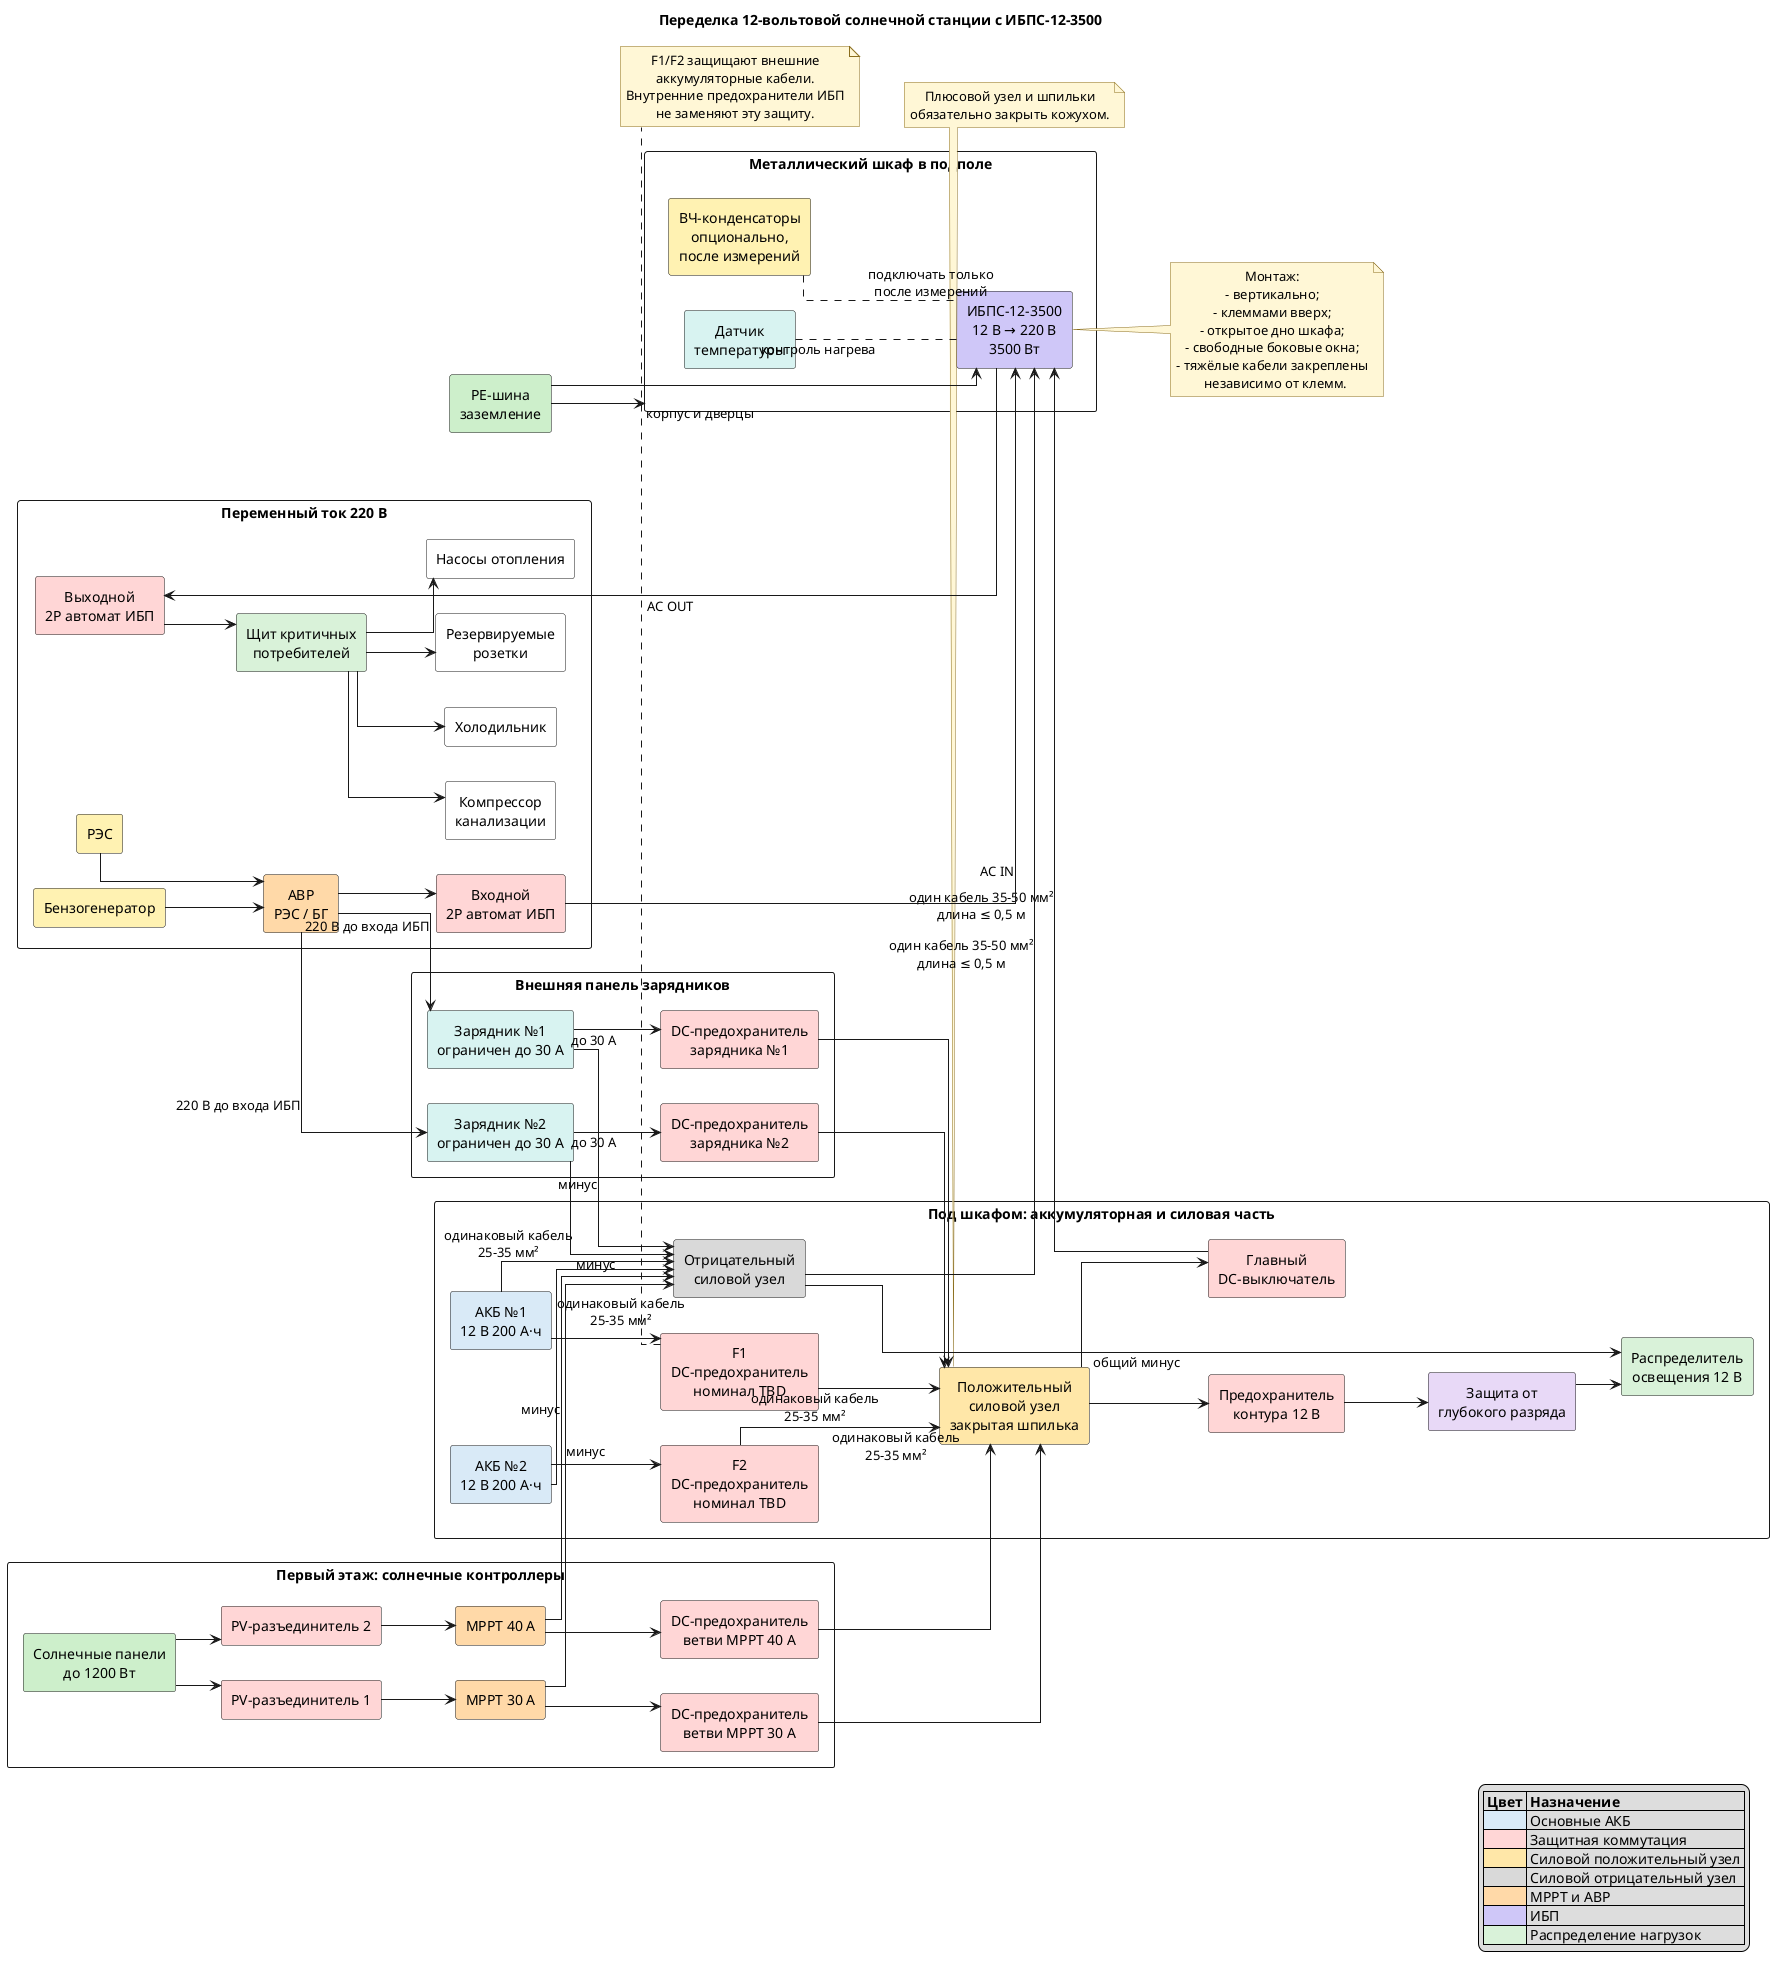
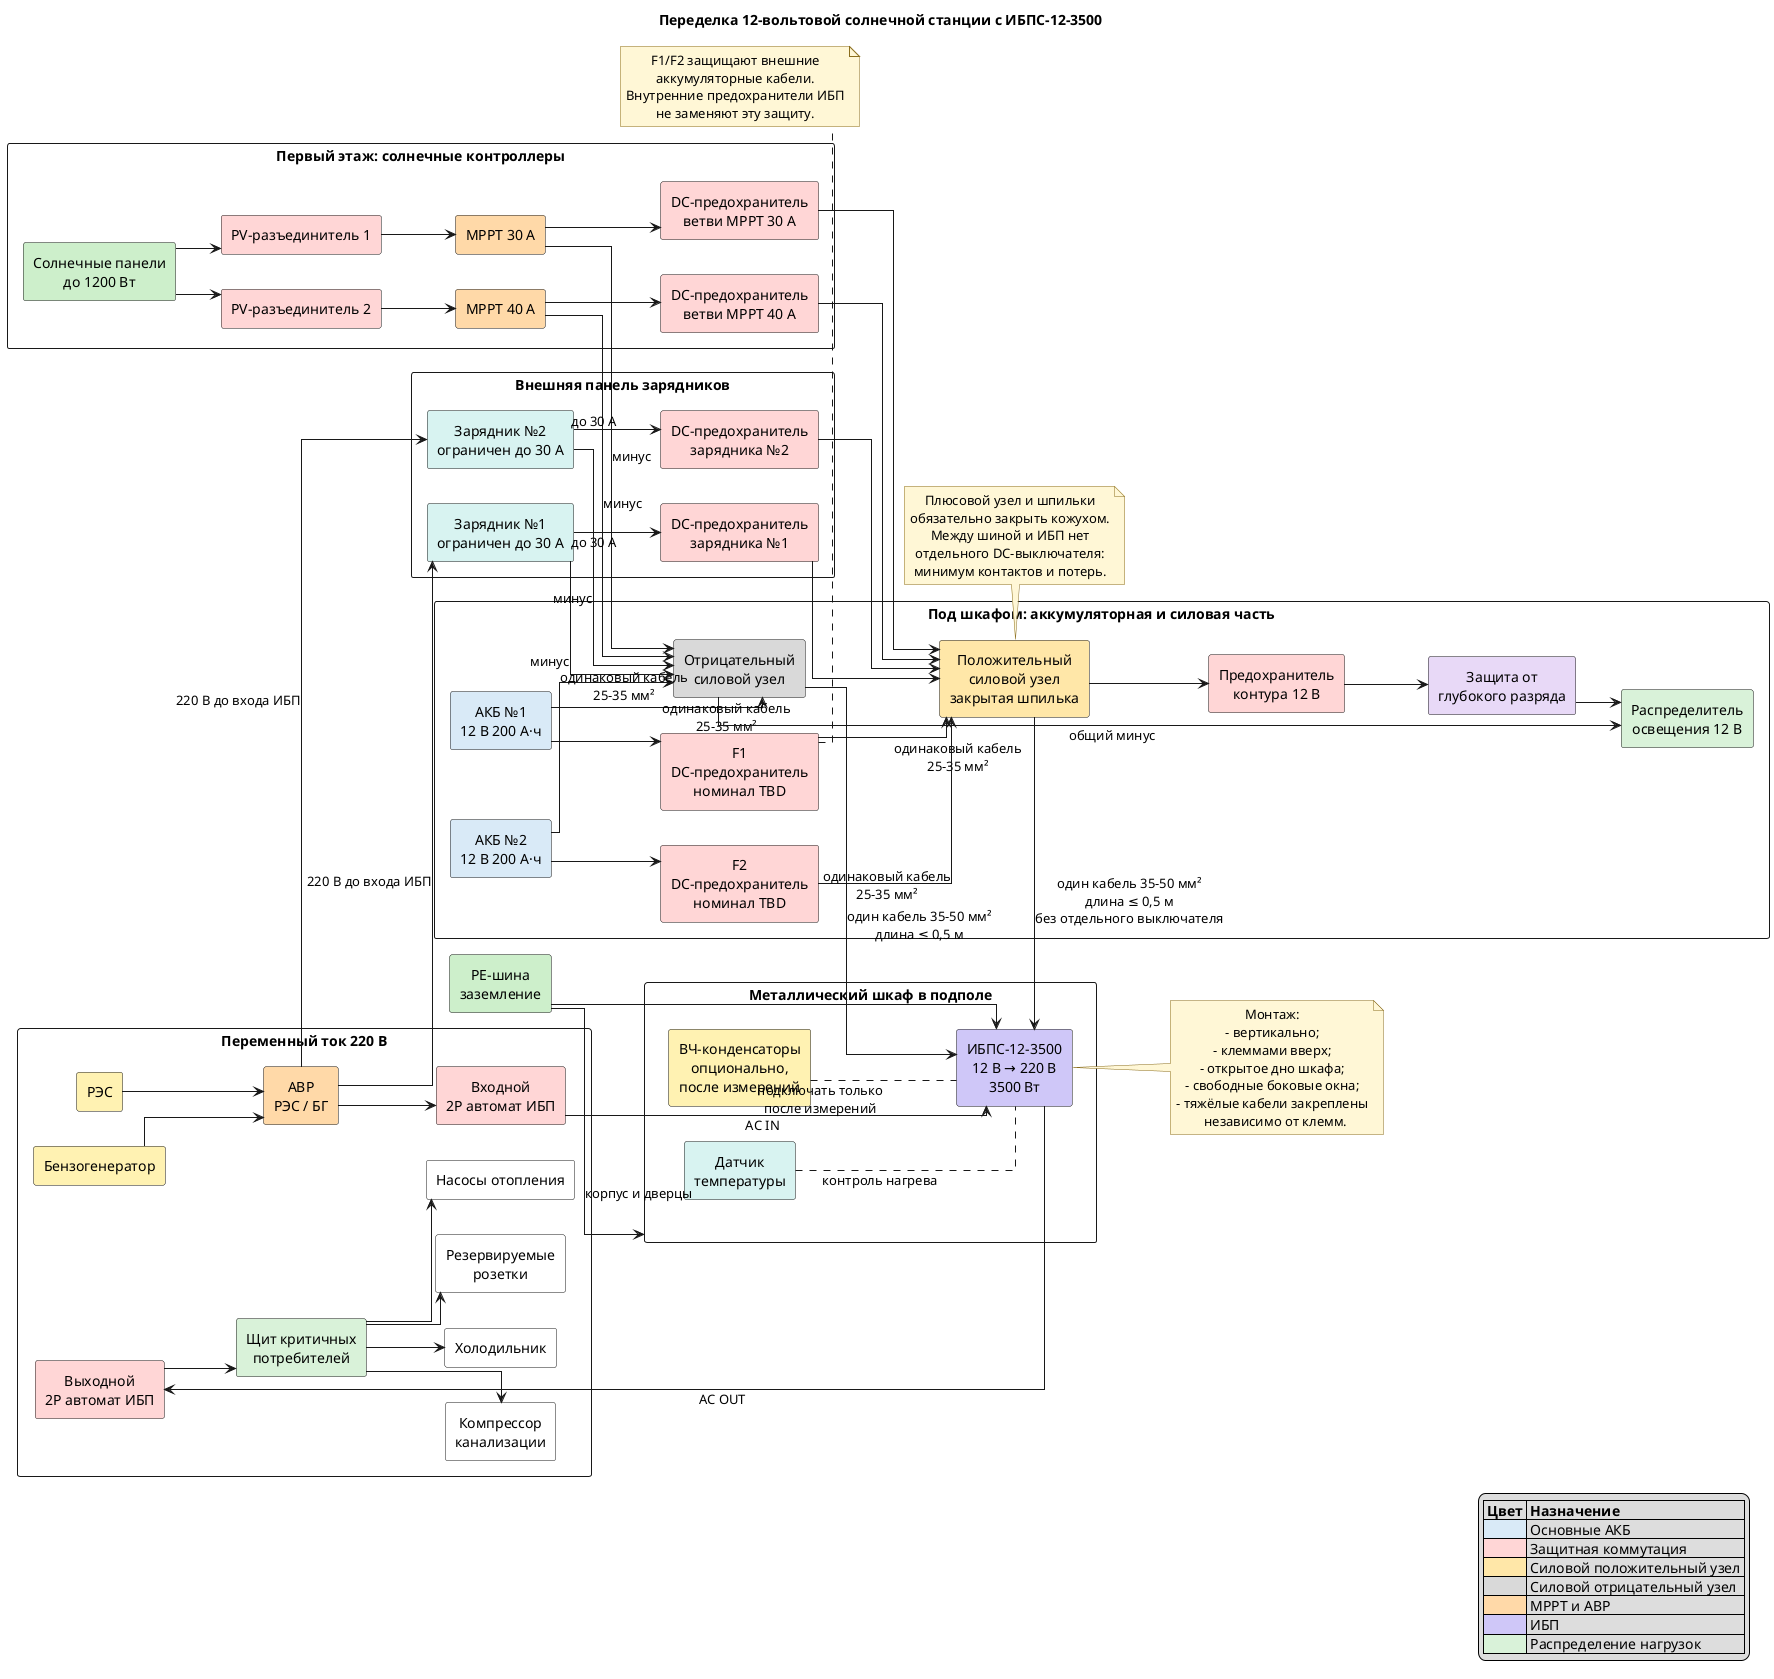
@startuml SolarStation_IBPS_12_3500
title Переделка 12-вольтовой солнечной станции с ИБПС-12-3500

left to right direction
skinparam shadowing false
skinparam linetype ortho
skinparam nodesep 35
skinparam ranksep 45
skinparam defaultTextAlignment center
skinparam componentStyle rectangle
skinparam packageStyle rectangle
skinparam noteBackgroundColor #FFF7D6
skinparam noteBorderColor #8A6D1D

package "Под шкафом: аккумуляторная и силовая часть" as BatteryZone {
  component "АКБ №1\n12 В 200 А·ч" as B1 #D9EAF7
  component "F1\nDC-предохранитель\nноминал TBD" as F1 #FFD6D6
  component "АКБ №2\n12 В 200 А·ч" as B2 #D9EAF7
  component "F2\nDC-предохранитель\nноминал TBD" as F2 #FFD6D6

  component "Положительный\nсиловой узел\nзакрытая шпилька" as PlusBus #FFE7A8
  component "Отрицательный\nсиловой узел" as MinusBus #D9D9D9
-   component "Главный\nDC-выключатель" as MainDC #FFD6D6
- 
  component "Предохранитель\nконтура 12 В" as LightFuse #FFD6D6
  component "Защита от\nглубокого разряда" as LVD #E8D9F7
  component "Распределитель\nосвещения 12 В" as LightDist #D9F2D9
}

package "Металлический шкаф в подполе" as Cabinet {
  component "ИБПС-12-3500\n12 В → 220 В\n3500 Вт" as UPS #CFC7F8
  component "ВЧ-конденсаторы\nопционально,\nпосле измерений" as HFCaps #FFF2B2
  component "Датчик\nтемпературы" as Temp #D8F3F1
}

package "Первый этаж: солнечные контроллеры" as SolarControl {
  component "Солнечные панели\nдо 1200 Вт" as PV #CDEFCB
  component "PV-разъединитель 1" as PVQ1 #FFD6D6
  component "MPPT 30 А" as MPPT30 #FFD9A8
  component "DC-предохранитель\nветви MPPT 30 А" as FM30 #FFD6D6
  component "PV-разъединитель 2" as PVQ2 #FFD6D6
  component "MPPT 40 А" as MPPT40 #FFD9A8
  component "DC-предохранитель\nветви MPPT 40 А" as FM40 #FFD6D6
}

package "Внешняя панель зарядников" as Chargers {
  component "Зарядник №1\nограничен до 30 А" as Charger1 #D8F3F1
  component "DC-предохранитель\nзарядника №1" as FC1 #FFD6D6
  component "Зарядник №2\nограничен до 30 А" as Charger2 #D8F3F1
  component "DC-предохранитель\nзарядника №2" as FC2 #FFD6D6
}

package "Переменный ток 220 В" as ACZone {
  component "РЭС" as Grid #FFF2B2
  component "Бензогенератор" as Generator #FFF2B2
  component "АВР\nРЭС / БГ" as ATS #FFD9A8
  component "Входной\n2P автомат ИБП" as ACInBreaker #FFD6D6
  component "Выходной\n2P автомат ИБП" as ACOutBreaker #FFD6D6
  component "Щит критичных\nпотребителей" as CriticalPanel #D9F2D9
  component "Насосы отопления" as Heating #FFFFFF
  component "Компрессор\nканализации" as Compressor #FFFFFF
  component "Холодильник" as Fridge #FFFFFF
  component "Резервируемые\nрозетки" as Sockets #FFFFFF
}

component "PE-шина\nзаземление" as PE #CDEFCB

B1 --> F1
F1 --> PlusBus : одинаковый кабель\n25–35 мм²
B1 --> MinusBus : одинаковый кабель\n25–35 мм²

B2 --> F2
F2 --> PlusBus : одинаковый кабель\n25–35 мм²
B2 --> MinusBus : одинаковый кабель\n25–35 мм²

- PlusBus --> MainDC
- MainDC --> UPS : один кабель 35–50 мм²\nдлина ≤ 0,5 м
+ PlusBus --> UPS : один кабель 35–50 мм²\nдлина ≤ 0,5 м\nбез отдельного выключателя
MinusBus --> UPS : один кабель 35–50 мм²\nдлина ≤ 0,5 м

PlusBus --> LightFuse
LightFuse --> LVD
LVD --> LightDist
MinusBus --> LightDist : общий минус

PV --> PVQ1
PVQ1 --> MPPT30
MPPT30 --> FM30
FM30 --> PlusBus
MPPT30 --> MinusBus : минус

PV --> PVQ2
PVQ2 --> MPPT40
MPPT40 --> FM40
FM40 --> PlusBus
MPPT40 --> MinusBus : минус

Charger1 --> FC1 : до 30 А
FC1 --> PlusBus
Charger1 --> MinusBus : минус

Charger2 --> FC2 : до 30 А
FC2 --> PlusBus
Charger2 --> MinusBus : минус

Grid --> ATS
Generator --> ATS
ATS --> ACInBreaker
ACInBreaker --> UPS : AC IN
UPS --> ACOutBreaker : AC OUT
ACOutBreaker --> CriticalPanel
CriticalPanel --> Heating
CriticalPanel --> Compressor
CriticalPanel --> Fridge
CriticalPanel --> Sockets

ATS --> Charger1 : 220 В до входа ИБП
ATS --> Charger2 : 220 В до входа ИБП

HFCaps .. UPS : подключать только\nпосле измерений
Temp .. UPS : контроль нагрева

PE --> UPS
PE --> Cabinet : корпус и дверцы

note right of UPS
Монтаж:
- вертикально;
- клеммами вверх;
- открытое дно шкафа;
- свободные боковые окна;
- тяжёлые кабели закреплены
  независимо от клемм.
end note

note bottom of F1
F1/F2 защищают внешние
аккумуляторные кабели.
Внутренние предохранители ИБП
не заменяют эту защиту.
end note

note bottom of PlusBus
Плюсовой узел и шпильки
обязательно закрыть кожухом.
+ Между шиной и ИБП нет
+ отдельного DC-выключателя:
+ минимум контактов и потерь.
end note

legend right
  |= Цвет |= Назначение |
  |<#D9EAF7>| Основные АКБ |
  |<#FFD6D6>| Защитная коммутация |
  |<#FFE7A8>| Силовой положительный узел |
  |<#D9D9D9>| Силовой отрицательный узел |
  |<#FFD9A8>| MPPT и АВР |
  |<#CFC7F8>| ИБП |
  |<#D9F2D9>| Распределение нагрузок |
endlegend

- @enduml
+ @enduml